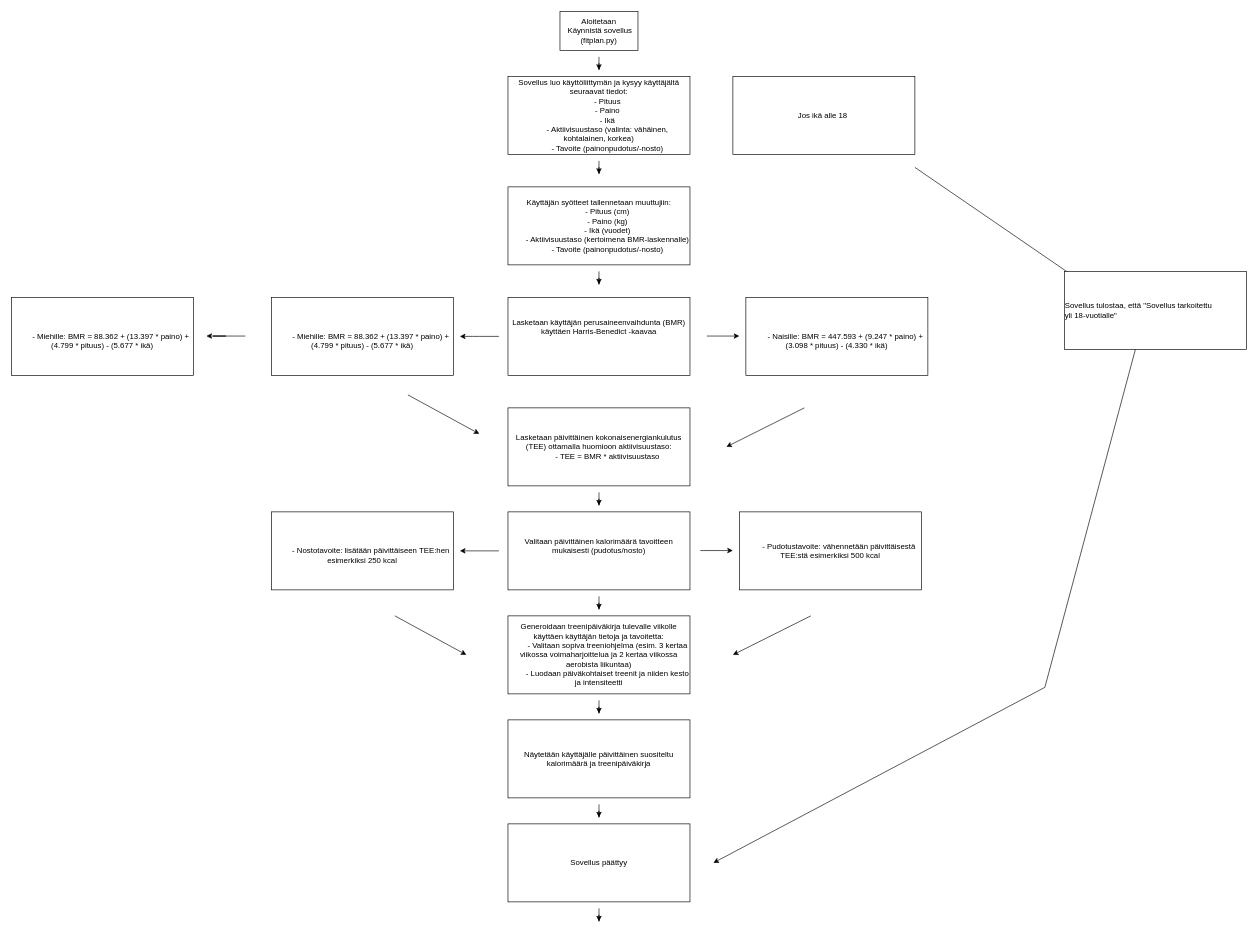
Before: Kalorilaskuri Fitplan.drawio in khalilmuhumed/Kalorilaskuri, a draw.io diagram. Source tidied: cells renumbered, new cells numbered last; positions are measured from the earlier drawing's top-left corner, leaving out a move shared by most shapes. Both pictures are drawn from the tidied source at 65%, with x=0, y=0 at pixel (11, 11).
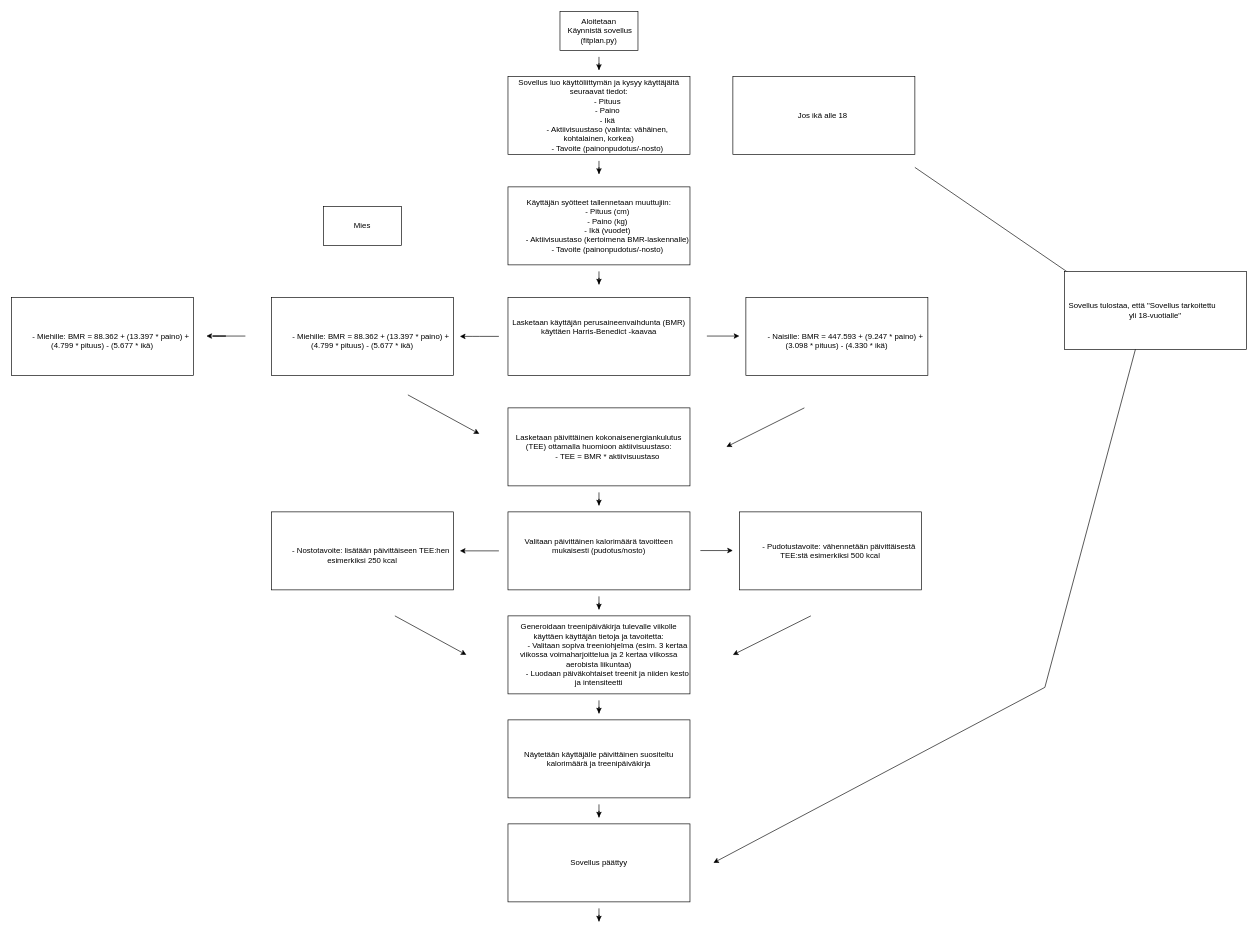
The same diagram, later.

What changed in the source:
```diff
@@
-    <mxCell id="35" value="&lt;div style=&quot;text-align: start;&quot;&gt;Sovellus tulostaa, että &quot;Sovellus tarkoitettu &amp;nbsp; &amp;nbsp; &amp;nbsp; &amp;nbsp; &amp;nbsp; &amp;nbsp; yli 18-vuotialle&quot;&lt;/div&gt;" style="rounded=0;whiteSpace=wrap;html=1;" parent="1" vertex="1">
+    <mxCell id="35" value="&lt;div style=&quot;&quot;&gt;Sovellus tulostaa, että &quot;Sovellus tarkoitettu &amp;nbsp; &amp;nbsp; &amp;nbsp; &amp;nbsp; &amp;nbsp; &amp;nbsp; yli 18-vuotialle&quot;&lt;/div&gt;" style="rounded=0;whiteSpace=wrap;html=1;align=center;" parent="1" vertex="1">
       <mxGeometry x="1620" y="400" width="280" height="120" as="geometry" />
     </mxCell>
+    <mxCell id="36" value="Mies" style="rounded=0;whiteSpace=wrap;html=1;" parent="1" vertex="1">
+      <mxGeometry x="480" y="300" width="120" height="60" as="geometry" />
+    </mxCell>
```
